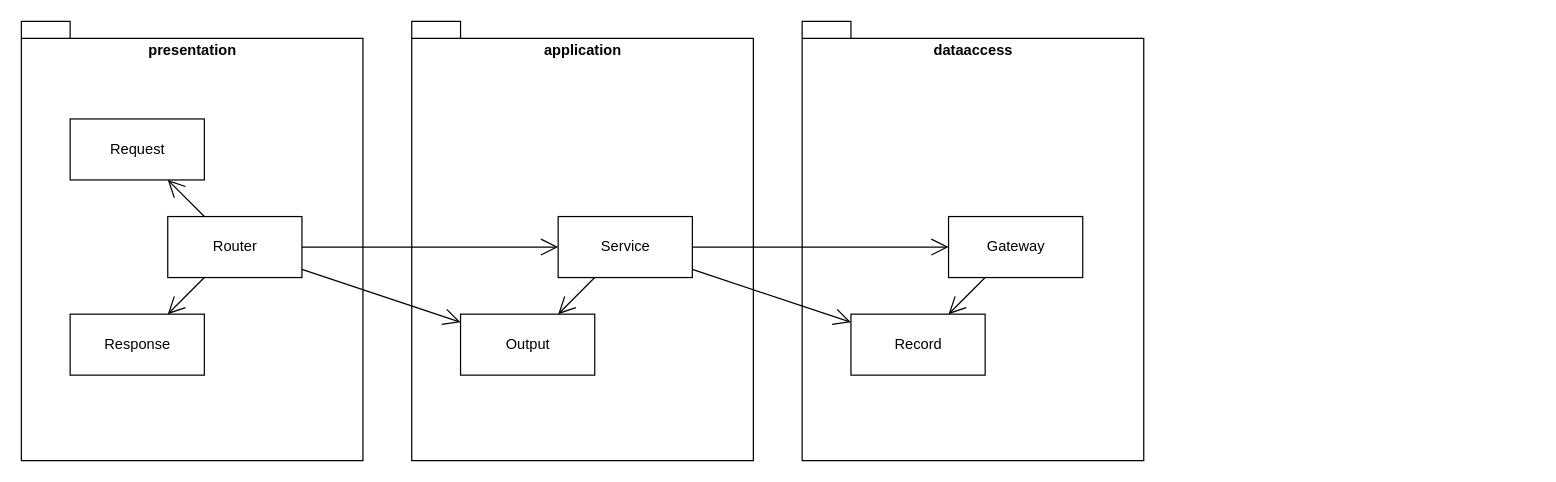
The draw.io diagram docs/architecture.drawio in masaru-suzuki/reversi, before the edit. Source tidied: cells renumbered, new cells numbered last; positions are measured from the earlier drawing's top-left corner, leaving out a move shared by most shapes. Both pictures are drawn from the tidied source at 122%, with x=0, y=0 at pixel (21, 21).
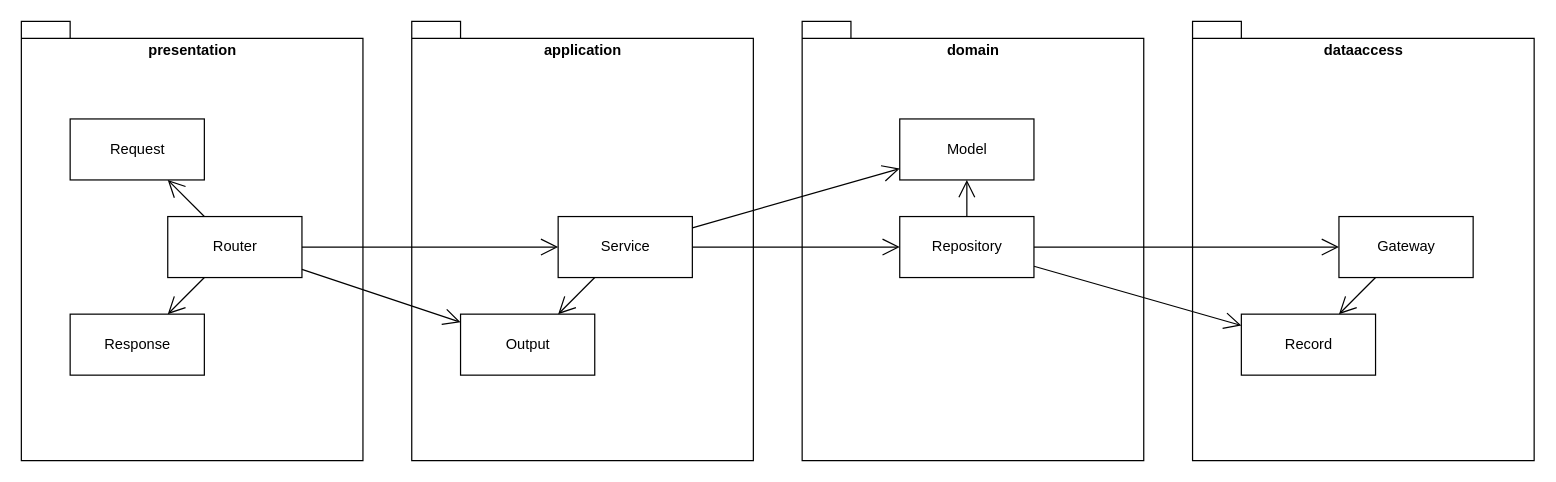
The same diagram, later.

Commit message (it also covers changes not shown here):
add: turnServiceでは、サービスクラスでdataaccess層への処理が多く、ユースケースの流れがわかりにくいため、リファクタリングの方針を記載。

Unchanged cells that the change refers to:
```xml
<mxCell id="8" value="Service" style="html=1;" parent="1" vertex="1">
  <mxGeometry x="440" y="160" width="110" height="50" as="geometry" />
</mxCell>
```

The edit, as a diff of the source:
```diff
@@
+    <mxCell id="20" value="domain" style="shape=folder;fontStyle=1;spacingTop=10;tabWidth=40;tabHeight=14;tabPosition=left;html=1;verticalAlign=top;fillColor=none;" parent="1" vertex="1">
+      <mxGeometry x="640" width="280" height="360" as="geometry" />
+    </mxCell>
@@
     <mxCell id="4" value="dataaccess" style="shape=folder;fontStyle=1;spacingTop=10;tabWidth=40;tabHeight=14;tabPosition=left;html=1;verticalAlign=top;fillColor=none;" parent="1" vertex="1">
-      <mxGeometry x="640" width="280" height="360" as="geometry" />
+      <mxGeometry x="960" width="280" height="360" as="geometry" />
     </mxCell>
@@
     <mxCell id="10" value="Gateway" style="html=1;" parent="1" vertex="1">
-      <mxGeometry x="760" y="160" width="110" height="50" as="geometry" />
+      <mxGeometry x="1080" y="160" width="110" height="50" as="geometry" />
     </mxCell>
     <mxCell id="11" value="Record" style="html=1;" parent="1" vertex="1">
-      <mxGeometry x="680" y="240" width="110" height="50" as="geometry" />
+      <mxGeometry x="1000" y="240" width="110" height="50" as="geometry" />
     </mxCell>
@@
-    <mxCell id="17" style="endArrow=open;endFill=1;endSize=12;html=1;" parent="1" edge="1" source="8" target="11">
+    <mxCell id="17" style="endArrow=open;endFill=1;endSize=12;html=1;" parent="1" edge="1" source="23" target="11">
       <mxGeometry relative="1" as="geometry" />
     </mxCell>
-    <mxCell id="18" style="endArrow=open;endFill=1;endSize=12;html=1;" parent="1" edge="1" source="8" target="10">
+    <mxCell id="18" style="endArrow=open;endFill=1;endSize=12;html=1;" parent="1" edge="1" source="8" target="23">
       <mxGeometry relative="1" as="geometry" />
     </mxCell>
@@
+    <mxCell id="21" value="Model" style="html=1;" parent="1" vertex="1">
+      <mxGeometry x="720" y="80" width="110" height="50" as="geometry" />
+    </mxCell>
+    <mxCell id="22" style="endArrow=open;endFill=1;endSize=12;html=1;" parent="1" edge="1" source="8" target="21">
+      <mxGeometry relative="1" as="geometry" />
+    </mxCell>
+    <mxCell id="23" value="Repository" style="html=1;" parent="1" vertex="1">
+      <mxGeometry x="720" y="160" width="110" height="50" as="geometry" />
+    </mxCell>
+    <mxCell id="24" style="endArrow=open;endFill=1;endSize=12;html=1;" parent="1" edge="1" source="23" target="10">
+      <mxGeometry relative="1" as="geometry" />
+    </mxCell>
+    <mxCell id="25" style="endArrow=open;endFill=1;endSize=12;html=1;" parent="1" edge="1" source="23" target="21">
+      <mxGeometry relative="1" as="geometry" />
+    </mxCell>
```
